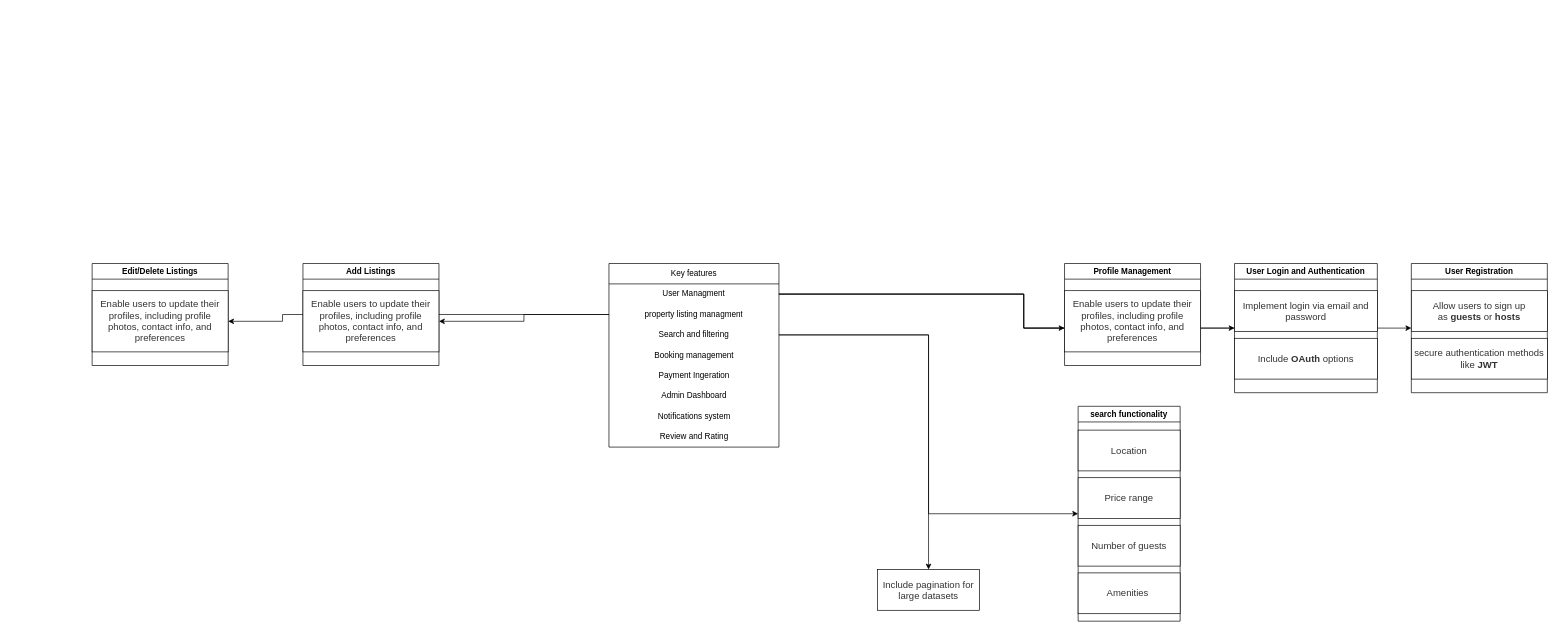
Earlier version of the draw.io diagram airBnB.drawio (Dinamow/alx-airbnb-project-documentation). Source tidied: cells renumbered, new cells numbered last; positions are measured from the earlier drawing's top-left corner, leaving out a move shared by most shapes. Both pictures are drawn from the tidied source at 68%, with x=0, y=0 at pixel (92, 263).
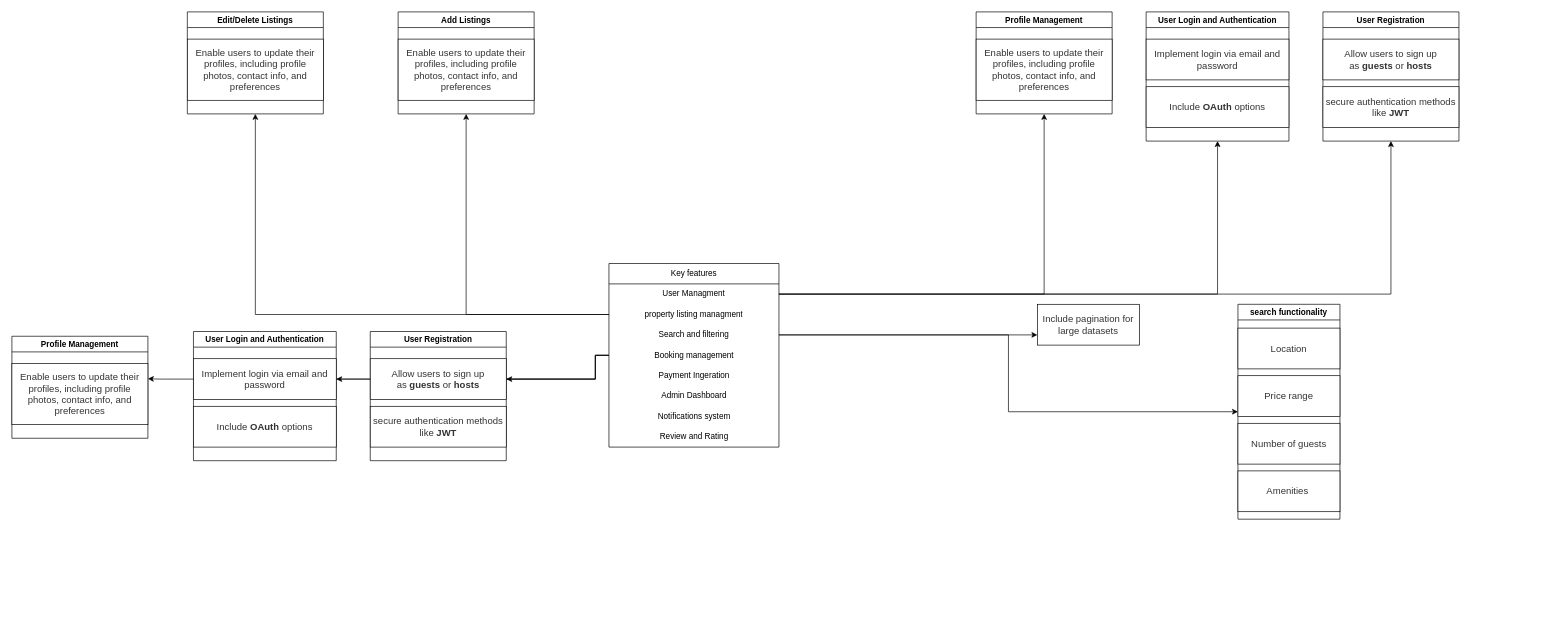
Above is the later version.

Unchanged cells that the change refers to:
```xml
<mxCell id="3" value="User Managment" style="text;strokeColor=none;fillColor=none;align=center;verticalAlign=middle;spacingLeft=4;spacingRight=4;overflow=hidden;points=[[0,0.5],[1,0.5]];portConstraint=eastwest;whiteSpace=wrap;html=1;" parent="2" vertex="1">
  <mxGeometry y="30" width="250" height="30" as="geometry" />
</mxCell>
<mxCell id="4" value="property listing managment" style="text;strokeColor=none;fillColor=none;align=center;verticalAlign=middle;spacingLeft=4;spacingRight=4;overflow=hidden;points=[[0,0.5],[1,0.5]];portConstraint=eastwest;whiteSpace=wrap;html=1;" parent="2" vertex="1">
  <mxGeometry y="60" width="250" height="30" as="geometry" />
</mxCell>
<mxCell id="5" value="Search and filtering" style="text;strokeColor=none;fillColor=none;align=center;verticalAlign=middle;spacingLeft=4;spacingRight=4;overflow=hidden;points=[[0,0.5],[1,0.5]];portConstraint=eastwest;whiteSpace=wrap;html=1;" parent="2" vertex="1">
  <mxGeometry y="90" width="250" height="30" as="geometry" />
</mxCell>
<mxCell id="6" value="Booking management" style="text;html=1;align=center;verticalAlign=middle;points=[];strokeColor=none;fillColor=none;" parent="2" vertex="1">
  <mxGeometry y="120" width="250" height="30" as="geometry" />
</mxCell>
<mxCell id="20" value="&lt;span style=&quot;color: rgb(51, 51, 51); font-family: aktiv-grotesk, sans-serif; font-size: 14px; text-align: left; background-color: rgb(255, 255, 255);&quot;&gt;Enable users to update their profiles, including profile photos, contact info, and preferences&lt;/span&gt;" style="whiteSpace=wrap;html=1;align=center;newEdgeStyle={&quot;edgeStyle&quot;:&quot;elbowEdgeStyle&quot;,&quot;startArrow&quot;:&quot;none&quot;,&quot;endArrow&quot;:&quot;none&quot;};" parent="19" vertex="1">
  <mxGeometry y="40" width="200" height="90" as="geometry" />
</mxCell>
<mxCell id="23" value="&lt;span style=&quot;color: rgb(51, 51, 51); font-family: aktiv-grotesk, sans-serif; font-size: 14px; text-align: left; background-color: rgb(255, 255, 255);&quot;&gt;Enable users to update their profiles, including profile photos, contact info, and preferences&lt;/span&gt;" style="whiteSpace=wrap;html=1;align=center;newEdgeStyle={&quot;edgeStyle&quot;:&quot;elbowEdgeStyle&quot;,&quot;startArrow&quot;:&quot;none&quot;,&quot;endArrow&quot;:&quot;none&quot;};" parent="22" vertex="1">
  <mxGeometry y="40" width="200" height="90" as="geometry" />
</mxCell>
<mxCell id="26" value="&lt;span style=&quot;color: rgb(51, 51, 51); font-family: aktiv-grotesk, sans-serif; font-size: 14px; text-align: left; background-color: rgb(255, 255, 255);&quot;&gt;Enable users to update their profiles, including profile photos, contact info, and preferences&lt;/span&gt;" style="whiteSpace=wrap;html=1;align=center;newEdgeStyle={&quot;edgeStyle&quot;:&quot;elbowEdgeStyle&quot;,&quot;startArrow&quot;:&quot;none&quot;,&quot;endArrow&quot;:&quot;none&quot;};" parent="25" vertex="1">
  <mxGeometry y="40" width="200" height="90" as="geometry" />
</mxCell>
```

What changed in the source:
```diff
@@
+    <mxCell id="36" style="edgeStyle=orthogonalEdgeStyle;rounded=0;jettySize=auto;html=1;" parent="1" edge="1" source="6" target="41">
+      <mxGeometry relative="1" as="geometry">
+        <Array as="points">
+          <mxPoint x="740" y="135" />
+          <mxPoint x="740" y="170" />
+          <mxPoint x="355" y="170" />
+        </Array>
+      </mxGeometry>
+    </mxCell>
+    <mxCell id="37" style="edgeStyle=orthogonalEdgeStyle;rounded=0;jettySize=auto;html=1;entryX=1;entryY=0.25;entryDx=0;entryDy=0;" parent="1" edge="1" source="6" target="45">
+      <mxGeometry relative="1" as="geometry">
+        <Array as="points">
+          <mxPoint x="740" y="135" />
+          <mxPoint x="740" y="170" />
+          <mxPoint x="100" y="170" />
+        </Array>
+      </mxGeometry>
+    </mxCell>
@@
     <mxCell id="11" value="User Registration" style="swimlane;" parent="1" vertex="1">
-      <mxGeometry x="1940" width="200" height="190" as="geometry" />
+      <mxGeometry x="1810" y="-370" width="200" height="190" as="geometry" />
     </mxCell>
@@
-    <mxCell id="14" style="edgeStyle=orthogonalEdgeStyle;rounded=0;jettySize=auto;html=1;entryX=0;entryY=0.5;entryDx=0;entryDy=0;" parent="1" edge="1" source="3" target="11">
-      <mxGeometry relative="1" as="geometry">
-        <Array as="points">
-          <mxPoint x="1370" y="45" />
-          <mxPoint x="1370" y="95" />
-        </Array>
-      </mxGeometry>
-    </mxCell>
     <mxCell id="15" value="User Login and Authentication" style="swimlane;" parent="1" vertex="1">
-      <mxGeometry x="1680" width="210" height="190" as="geometry" />
+      <mxGeometry x="1550" y="-370" width="210" height="190" as="geometry" />
     </mxCell>
@@
-    <mxCell id="18" style="edgeStyle=orthogonalEdgeStyle;rounded=0;jettySize=auto;html=1;entryX=0;entryY=0.5;entryDx=0;entryDy=0;" parent="1" edge="1" source="3" target="15">
-      <mxGeometry relative="1" as="geometry">
-        <Array as="points">
-          <mxPoint x="1370" y="45" />
-          <mxPoint x="1370" y="95" />
-        </Array>
-      </mxGeometry>
-    </mxCell>
     <mxCell id="19" value="Profile Management" style="swimlane;" parent="1" vertex="1">
-      <mxGeometry x="1430" width="200" height="150" as="geometry" />
+      <mxGeometry x="1300" y="-370" width="200" height="150" as="geometry" />
     </mxCell>
@@
-    <mxCell id="21" style="edgeStyle=orthogonalEdgeStyle;rounded=0;jettySize=auto;html=1;entryX=0;entryY=0.611;entryDx=0;entryDy=0;entryPerimeter=0;" parent="1" edge="1" source="3" target="20">
-      <mxGeometry relative="1" as="geometry">
-        <Array as="points">
-          <mxPoint x="1370" y="45" />
-          <mxPoint x="1370" y="95" />
-        </Array>
-      </mxGeometry>
-    </mxCell>
     <mxCell id="22" value="Edit/Delete Listings" style="swimlane;" parent="1" vertex="1">
-      <mxGeometry width="200" height="150" as="geometry" />
+      <mxGeometry x="140" y="-370" width="200" height="150" as="geometry" />
     </mxCell>
@@
-    <mxCell id="24" style="edgeStyle=orthogonalEdgeStyle;rounded=0;jettySize=auto;html=1;entryX=1;entryY=0.5;entryDx=0;entryDy=0;" parent="1" edge="1" source="4" target="23">
-      <mxGeometry relative="1" as="geometry">
-        <Array as="points">
-          <mxPoint x="280" y="75" />
-          <mxPoint x="280" y="85" />
-        </Array>
-      </mxGeometry>
-    </mxCell>
     <mxCell id="25" value="Add Listings" style="swimlane;" parent="1" vertex="1">
-      <mxGeometry x="310" width="200" height="150" as="geometry" />
+      <mxGeometry x="450" y="-370" width="200" height="150" as="geometry" />
     </mxCell>
@@
-    <mxCell id="27" style="edgeStyle=orthogonalEdgeStyle;rounded=0;jettySize=auto;html=1;entryX=1;entryY=0.5;entryDx=0;entryDy=0;" parent="1" edge="1" source="4" target="26">
-      <mxGeometry relative="1" as="geometry" />
-    </mxCell>
     <mxCell id="28" value="search functionality" style="swimlane;" parent="1" vertex="1">
-      <mxGeometry x="1450" y="210" width="150" height="316" as="geometry" />
+      <mxGeometry x="1685" y="60" width="150" height="316" as="geometry" />
     </mxCell>
@@
+    <mxCell id="34" value="&lt;span style=&quot;color: rgb(51, 51, 51); font-family: aktiv-grotesk, sans-serif; font-size: 14px; text-align: left; background-color: rgb(255, 255, 255);&quot;&gt;Include pagination for large datasets&lt;/span&gt;" style="whiteSpace=wrap;html=1;align=center;newEdgeStyle={&quot;edgeStyle&quot;:&quot;elbowEdgeStyle&quot;,&quot;startArrow&quot;:&quot;none&quot;,&quot;endArrow&quot;:&quot;none&quot;};" parent="1" vertex="1">
+      <mxGeometry x="1390" y="60" width="150" height="60" as="geometry" />
+    </mxCell>
+    <mxCell id="38" value="User Registration" style="swimlane;" parent="1" vertex="1">
+      <mxGeometry x="409" y="100" width="200" height="190" as="geometry" />
+    </mxCell>
+    <mxCell id="39" value="&lt;span style=&quot;color: rgb(51, 51, 51); font-family: aktiv-grotesk, sans-serif; font-size: 14px; text-align: left; background-color: rgb(255, 255, 255);&quot;&gt;Allow users to sign up as&amp;nbsp;&lt;/span&gt;&lt;strong style=&quot;box-sizing: border-box; color: rgb(51, 51, 51); font-family: aktiv-grotesk, sans-serif; font-size: 14px; text-align: left; background-color: rgb(255, 255, 255);&quot;&gt;guests&lt;/strong&gt;&lt;span style=&quot;color: rgb(51, 51, 51); font-family: aktiv-grotesk, sans-serif; font-size: 14px; text-align: left; background-color: rgb(255, 255, 255);&quot;&gt;&amp;nbsp;or&amp;nbsp;&lt;/span&gt;&lt;strong style=&quot;box-sizing: border-box; color: rgb(51, 51, 51); font-family: aktiv-grotesk, sans-serif; font-size: 14px; text-align: left; background-color: rgb(255, 255, 255);&quot;&gt;hosts&lt;/strong&gt;" style="whiteSpace=wrap;html=1;align=center;newEdgeStyle={&quot;edgeStyle&quot;:&quot;elbowEdgeStyle&quot;,&quot;startArrow&quot;:&quot;none&quot;,&quot;endArrow&quot;:&quot;none&quot;};" parent="38" vertex="1">
+      <mxGeometry y="40" width="200" height="60" as="geometry" />
+    </mxCell>
+    <mxCell id="40" value="&lt;span style=&quot;color: rgb(51, 51, 51); font-family: aktiv-grotesk, sans-serif; font-size: 14px; text-align: left; background-color: rgb(255, 255, 255);&quot;&gt;secure authentication methods like&amp;nbsp;&lt;/span&gt;&lt;strong style=&quot;box-sizing: border-box; color: rgb(51, 51, 51); font-family: aktiv-grotesk, sans-serif; font-size: 14px; text-align: left; background-color: rgb(255, 255, 255);&quot;&gt;JWT&lt;/strong&gt;" style="whiteSpace=wrap;html=1;align=center;newEdgeStyle={&quot;edgeStyle&quot;:&quot;elbowEdgeStyle&quot;,&quot;startArrow&quot;:&quot;none&quot;,&quot;endArrow&quot;:&quot;none&quot;};" parent="38" vertex="1">
+      <mxGeometry y="110" width="200" height="60" as="geometry" />
+    </mxCell>
+    <mxCell id="41" value="User Login and Authentication" style="swimlane;" parent="1" vertex="1">
+      <mxGeometry x="149" y="100" width="210" height="190" as="geometry" />
+    </mxCell>
+    <mxCell id="42" value="&lt;span style=&quot;color: rgb(51, 51, 51); font-family: aktiv-grotesk, sans-serif; font-size: 14px; text-align: left; background-color: rgb(255, 255, 255);&quot;&gt;Implement login via email and password&lt;/span&gt;" style="whiteSpace=wrap;html=1;align=center;newEdgeStyle={&quot;edgeStyle&quot;:&quot;elbowEdgeStyle&quot;,&quot;startArrow&quot;:&quot;none&quot;,&quot;endArrow&quot;:&quot;none&quot;};" parent="41" vertex="1">
+      <mxGeometry y="40" width="210" height="60" as="geometry" />
+    </mxCell>
+    <mxCell id="43" value="&lt;span style=&quot;color: rgb(51, 51, 51); font-family: aktiv-grotesk, sans-serif; font-size: 14px; text-align: left; background-color: rgb(255, 255, 255);&quot;&gt;Include&amp;nbsp;&lt;/span&gt;&lt;strong style=&quot;box-sizing: border-box; color: rgb(51, 51, 51); font-family: aktiv-grotesk, sans-serif; font-size: 14px; text-align: left; background-color: rgb(255, 255, 255);&quot;&gt;OAuth&lt;/strong&gt;&lt;span style=&quot;color: rgb(51, 51, 51); font-family: aktiv-grotesk, sans-serif; font-size: 14px; text-align: left; background-color: rgb(255, 255, 255);&quot;&gt;&amp;nbsp;options&lt;/span&gt;" style="whiteSpace=wrap;html=1;align=center;newEdgeStyle={&quot;edgeStyle&quot;:&quot;elbowEdgeStyle&quot;,&quot;startArrow&quot;:&quot;none&quot;,&quot;endArrow&quot;:&quot;none&quot;};" parent="41" vertex="1">
+      <mxGeometry y="110" width="210" height="60" as="geometry" />
+    </mxCell>
+    <mxCell id="44" value="Profile Management" style="swimlane;" parent="1" vertex="1">
+      <mxGeometry x="-118" y="107" width="200" height="150" as="geometry" />
+    </mxCell>
+    <mxCell id="45" value="&lt;span style=&quot;color: rgb(51, 51, 51); font-family: aktiv-grotesk, sans-serif; font-size: 14px; text-align: left; background-color: rgb(255, 255, 255);&quot;&gt;Enable users to update their profiles, including profile photos, contact info, and preferences&lt;/span&gt;" style="whiteSpace=wrap;html=1;align=center;newEdgeStyle={&quot;edgeStyle&quot;:&quot;elbowEdgeStyle&quot;,&quot;startArrow&quot;:&quot;none&quot;,&quot;endArrow&quot;:&quot;none&quot;};" parent="44" vertex="1">
+      <mxGeometry y="40" width="200" height="90" as="geometry" />
+    </mxCell>
+    <mxCell id="46" style="edgeStyle=orthogonalEdgeStyle;rounded=0;jettySize=auto;html=1;entryX=1;entryY=0.5;entryDx=0;entryDy=0;" parent="1" edge="1" source="6" target="39">
+      <mxGeometry relative="1" as="geometry">
+        <Array as="points">
+          <mxPoint x="740" y="135" />
+          <mxPoint x="740" y="170" />
+        </Array>
+      </mxGeometry>
+    </mxCell>
+    <mxCell id="47" style="edgeStyle=orthogonalEdgeStyle;rounded=0;jettySize=auto;html=1;entryX=0.5;entryY=1;entryDx=0;entryDy=0;" parent="1" edge="1" source="3" target="19">
+      <mxGeometry relative="1" as="geometry" />
+    </mxCell>
+    <mxCell id="18" style="edgeStyle=orthogonalEdgeStyle;rounded=0;jettySize=auto;html=1;entryX=0.5;entryY=1;entryDx=0;entryDy=0;" parent="1" edge="1" source="3" target="15">
+      <mxGeometry relative="1" as="geometry" />
+    </mxCell>
+    <mxCell id="14" style="edgeStyle=orthogonalEdgeStyle;rounded=0;jettySize=auto;html=1;entryX=0.5;entryY=1;entryDx=0;entryDy=0;" parent="1" edge="1" source="3" target="11">
+      <mxGeometry relative="1" as="geometry" />
+    </mxCell>
+    <mxCell id="48" style="edgeStyle=orthogonalEdgeStyle;rounded=0;jettySize=auto;html=1;entryX=0.5;entryY=1;entryDx=0;entryDy=0;" parent="1" edge="1" source="4" target="25">
+      <mxGeometry relative="1" as="geometry" />
+    </mxCell>
+    <mxCell id="49" style="edgeStyle=orthogonalEdgeStyle;rounded=0;jettySize=auto;html=1;entryX=0.5;entryY=1;entryDx=0;entryDy=0;" parent="1" edge="1" source="4" target="22">
+      <mxGeometry relative="1" as="geometry" />
+    </mxCell>
-    <mxCell id="33" style="edgeStyle=orthogonalEdgeStyle;rounded=0;jettySize=auto;html=1;entryX=0;entryY=0.5;entryDx=0;entryDy=0;exitX=1;exitY=0.5;exitDx=0;exitDy=0;" parent="1" edge="1" source="5" target="28">
+    <mxCell id="33" style="edgeStyle=orthogonalEdgeStyle;rounded=0;jettySize=auto;html=1;entryX=0;entryY=0.5;entryDx=0;entryDy=0;" parent="1" edge="1" source="5" target="28">
       <mxGeometry relative="1" as="geometry" />
     </mxCell>
-    <mxCell id="34" value="&lt;span style=&quot;color: rgb(51, 51, 51); font-family: aktiv-grotesk, sans-serif; font-size: 14px; text-align: left; background-color: rgb(255, 255, 255);&quot;&gt;Include pagination for large datasets&lt;/span&gt;" style="whiteSpace=wrap;html=1;align=center;newEdgeStyle={&quot;edgeStyle&quot;:&quot;elbowEdgeStyle&quot;,&quot;startArrow&quot;:&quot;none&quot;,&quot;endArrow&quot;:&quot;none&quot;};" parent="1" vertex="1">
-      <mxGeometry x="1155" y="450" width="150" height="60" as="geometry" />
-    </mxCell>
-    <mxCell id="35" style="edgeStyle=orthogonalEdgeStyle;rounded=0;jettySize=auto;html=1;entryX=0.5;entryY=0;entryDx=0;entryDy=0;" parent="1" edge="1" source="5" target="34">
-      <mxGeometry relative="1" as="geometry">
-        <Array as="points">
-          <mxPoint x="1230" y="105" />
-          <mxPoint x="1230" y="440" />
-        </Array>
-      </mxGeometry>
+    <mxCell id="35" style="edgeStyle=orthogonalEdgeStyle;rounded=0;jettySize=auto;html=1;entryX=0;entryY=0.75;entryDx=0;entryDy=0;" parent="1" edge="1" source="5" target="34">
+      <mxGeometry relative="1" as="geometry" />
     </mxCell>
```
